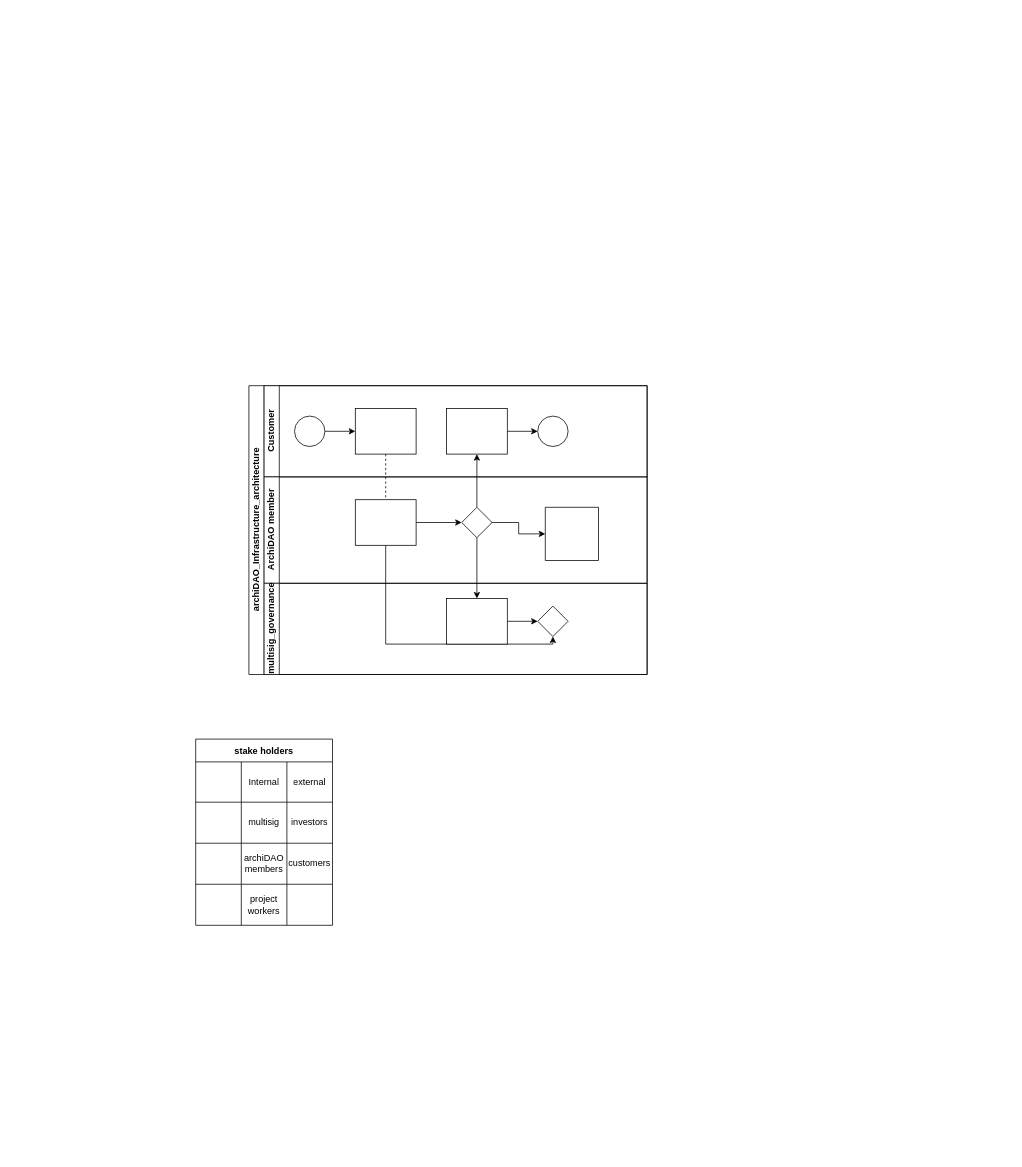
The draw.io diagram Flowchart/archiDAO_architecture.drawio in ArchiDAO/ArchiDAONFT, before the edit. Source tidied: cells renumbered, new cells numbered last; positions are measured from the earlier drawing's top-left corner, leaving out a move shared by most shapes. Both pictures are drawn from the tidied source at 76%, with x=0, y=0 at pixel (195, 385).
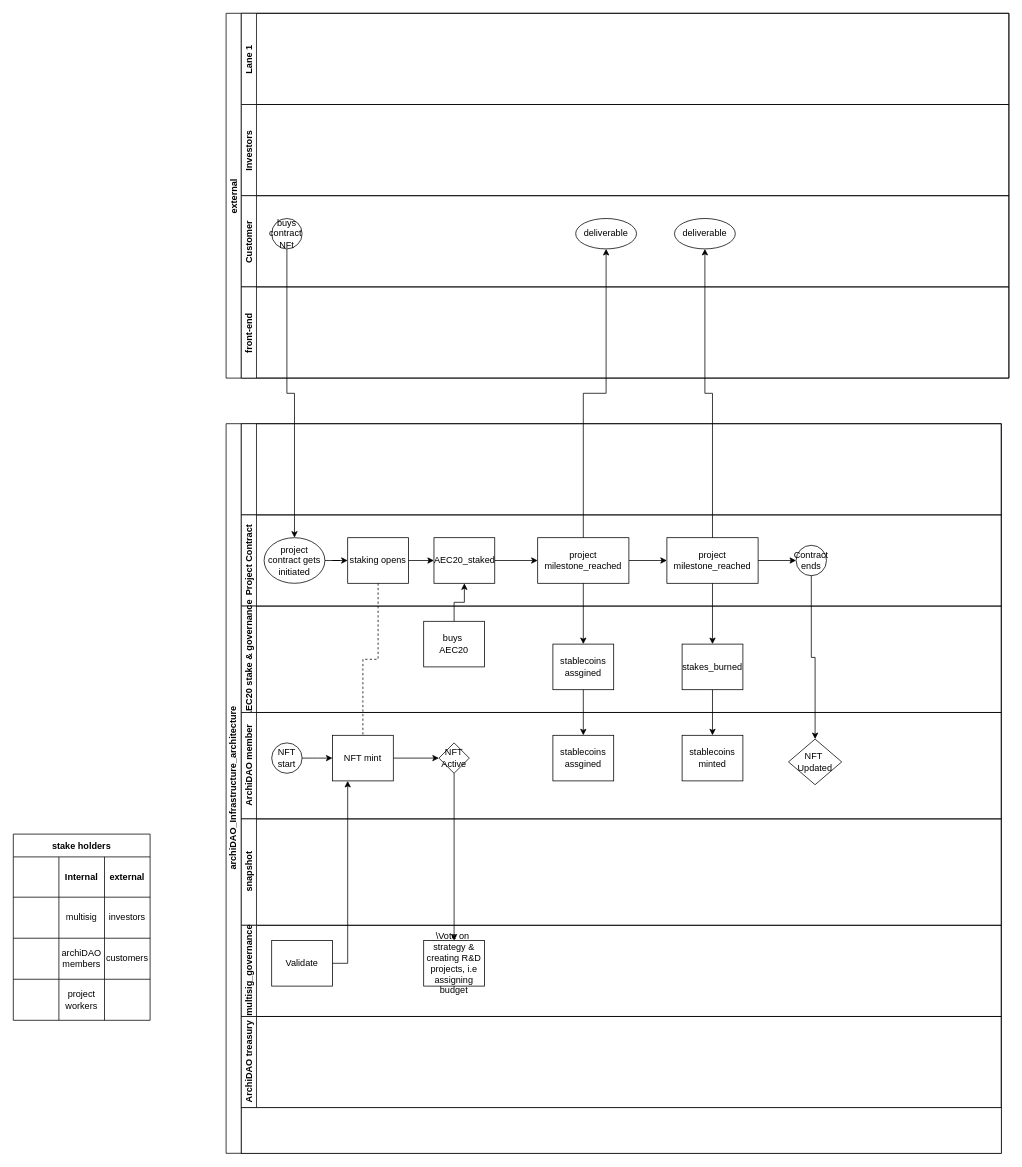
Above is the later version.

The change refers to these unchanged cells:
```xml
<mxCell id="25" style="shape=tableRow;horizontal=0;startSize=0;swimlaneHead=0;swimlaneBody=0;top=0;left=0;bottom=0;right=0;fillColor=none;" parent="24" vertex="1">
  <mxGeometry y="30" width="180" height="53" as="geometry" />
</mxCell>
```

What changed in the source:
```diff
@@
     <mxCell id="2" value="archiDAO_Infrastructure_architecture" style="swimlane;html=1;horizontal=0;startSize=20;" parent="1" vertex="1">
-      <mxGeometry x="70" width="524" height="380" as="geometry" />
+      <mxGeometry x="40" y="50" width="1020" height="960" as="geometry" />
     </mxCell>
@@
-    <mxCell id="4" style="edgeStyle=orthogonalEdgeStyle;rounded=0;jettySize=auto;html=1;endArrow=classic;endFill=1;" parent="2" edge="1" source="18" target="12">
-      <mxGeometry relative="1" as="geometry" />
-    </mxCell>
@@
-    <mxCell id="6" style="edgeStyle=orthogonalEdgeStyle;rounded=0;jettySize=auto;html=1;endArrow=classic;endFill=1;" parent="2" edge="1" source="16" target="23">
-      <mxGeometry relative="1" as="geometry">
-        <Array as="points">
-          <mxPoint x="180" y="340" />
-          <mxPoint x="400" y="340" />
-        </Array>
-      </mxGeometry>
-    </mxCell>
+    <mxCell id="41" style="swimlane;html=1;startSize=20;horizontal=0;" parent="2" vertex="1">
+      <mxGeometry x="20" width="1000" height="120" as="geometry" />
+    </mxCell>
-    <mxCell id="7" value="Customer" style="swimlane;html=1;startSize=20;horizontal=0;" parent="2" vertex="1">
-      <mxGeometry x="20" width="504" height="120" as="geometry" />
+    <mxCell id="7" value="Project Contract" style="swimlane;html=1;startSize=20;horizontal=0;" parent="2" vertex="1">
+      <mxGeometry x="20" y="120" width="1000" height="120" as="geometry" />
     </mxCell>
@@
-    <mxCell id="9" style="ellipse;whiteSpace=wrap;html=1;" parent="7" vertex="1">
-      <mxGeometry x="40" y="40" width="40" height="40" as="geometry" />
+    <mxCell id="9" value="project contract gets initiated" style="ellipse;whiteSpace=wrap;html=1;" parent="7" vertex="1">
+      <mxGeometry x="30" y="30" width="80" height="60" as="geometry" />
     </mxCell>
+    <mxCell id="42" style="edgeStyle=orthogonalEdgeStyle;rounded=0;jettySize=auto;html=1;exitX=1;exitY=0.5;exitDx=0;exitDy=0;entryX=0;entryY=0.5;entryDx=0;entryDy=0;" parent="7" edge="1" source="10" target="12">
+      <mxGeometry relative="1" as="geometry" />
+    </mxCell>
-    <mxCell id="10" style="rounded=0;whiteSpace=wrap;html=1;fontFamily=Helvetica;fontSize=12;fontColor=#000000;align=center;" parent="7" vertex="1">
-      <mxGeometry x="120" y="30" width="80" height="60" as="geometry" />
+    <mxCell id="10" value="staking opens" style="rounded=0;whiteSpace=wrap;html=1;fontFamily=Helvetica;fontSize=12;fontColor=#000000;align=center;" parent="7" vertex="1">
+      <mxGeometry x="140" y="30" width="80" height="60" as="geometry" />
     </mxCell>
+    <mxCell id="12" value="AEC20_staked" style="rounded=0;whiteSpace=wrap;html=1;fontFamily=Helvetica;fontSize=12;fontColor=#000000;align=center;" parent="7" vertex="1">
+      <mxGeometry x="253.5" y="30" width="80" height="60" as="geometry" />
+    </mxCell>
+    <mxCell id="43" style="edgeStyle=orthogonalEdgeStyle;rounded=0;jettySize=auto;html=1;exitX=1;exitY=0.5;exitDx=0;exitDy=0;entryX=0;entryY=0.5;entryDx=0;entryDy=0;" parent="7" edge="1" source="44" target="46">
+      <mxGeometry relative="1" as="geometry" />
+    </mxCell>
+    <mxCell id="44" value="project milestone_reached" style="rounded=0;whiteSpace=wrap;html=1;fontFamily=Helvetica;fontSize=12;fontColor=#000000;align=center;" parent="7" vertex="1">
+      <mxGeometry x="390" y="30" width="120" height="60" as="geometry" />
+    </mxCell>
-    <mxCell id="11" style="edgeStyle=orthogonalEdgeStyle;rounded=0;jettySize=auto;html=1;endArrow=classic;endFill=1;" parent="7" edge="1" source="12" target="13">
+    <mxCell id="11" style="edgeStyle=orthogonalEdgeStyle;rounded=0;jettySize=auto;html=1;endArrow=classic;endFill=1;entryX=0;entryY=0.5;entryDx=0;entryDy=0;" parent="7" edge="1" source="12" target="44">
       <mxGeometry relative="1" as="geometry" />
     </mxCell>
-    <mxCell id="12" style="rounded=0;whiteSpace=wrap;html=1;fontFamily=Helvetica;fontSize=12;fontColor=#000000;align=center;" parent="7" vertex="1">
-      <mxGeometry x="240" y="30" width="80" height="60" as="geometry" />
-    </mxCell>
-    <mxCell id="13" style="ellipse;whiteSpace=wrap;html=1;" parent="7" vertex="1">
-      <mxGeometry x="360" y="40" width="40" height="40" as="geometry" />
+    <mxCell id="13" value="Contract ends" style="ellipse;whiteSpace=wrap;html=1;" parent="7" vertex="1">
+      <mxGeometry x="730" y="40" width="40" height="40" as="geometry" />
     </mxCell>
+    <mxCell id="45" style="edgeStyle=orthogonalEdgeStyle;rounded=0;jettySize=auto;html=1;exitX=1;exitY=0.5;exitDx=0;exitDy=0;entryX=0;entryY=0.5;entryDx=0;entryDy=0;" parent="7" edge="1" source="46" target="13">
+      <mxGeometry relative="1" as="geometry" />
+    </mxCell>
+    <mxCell id="46" value="project milestone_reached" style="rounded=0;whiteSpace=wrap;html=1;fontFamily=Helvetica;fontSize=12;fontColor=#000000;align=center;" parent="7" vertex="1">
+      <mxGeometry x="560" y="30" width="120" height="60" as="geometry" />
+    </mxCell>
+    <mxCell id="47" value="AEC20 stake &amp;amp; governance" style="swimlane;html=1;startSize=20;horizontal=0;" parent="2" vertex="1">
+      <mxGeometry x="20" y="240" width="1000" height="140" as="geometry" />
+    </mxCell>
+    <mxCell id="48" value="buys&amp;nbsp;&lt;br&gt;AEC20" style="rounded=0;whiteSpace=wrap;html=1;fontFamily=Helvetica;fontSize=12;fontColor=#000000;align=center;" parent="47" vertex="1">
+      <mxGeometry x="240" y="20" width="80" height="60" as="geometry" />
+    </mxCell>
+    <mxCell id="49" value="stablecoins assgined" style="rounded=0;whiteSpace=wrap;html=1;fontFamily=Helvetica;fontSize=12;fontColor=#000000;align=center;" parent="47" vertex="1">
+      <mxGeometry x="410" y="50" width="80" height="60" as="geometry" />
+    </mxCell>
+    <mxCell id="50" value="stakes_burned" style="rounded=0;whiteSpace=wrap;html=1;fontFamily=Helvetica;fontSize=12;fontColor=#000000;align=center;" parent="47" vertex="1">
+      <mxGeometry x="580" y="50" width="80" height="60" as="geometry" />
+    </mxCell>
     <mxCell id="14" value="ArchiDAO member" style="swimlane;html=1;startSize=20;horizontal=0;" parent="2" vertex="1">
-      <mxGeometry x="20" y="120" width="504" height="140" as="geometry" />
+      <mxGeometry x="20" y="380" width="1000" height="140" as="geometry" />
     </mxCell>
@@
-    <mxCell id="16" style="rounded=0;whiteSpace=wrap;html=1;fontFamily=Helvetica;fontSize=12;fontColor=#000000;align=center;" parent="14" vertex="1">
+    <mxCell id="16" value="NFT mint" style="rounded=0;whiteSpace=wrap;html=1;fontFamily=Helvetica;fontSize=12;fontColor=#000000;align=center;" parent="14" vertex="1">
       <mxGeometry x="120" y="30" width="80" height="60" as="geometry" />
     </mxCell>
-    <mxCell id="17" style="edgeStyle=orthogonalEdgeStyle;rounded=0;jettySize=auto;html=1;exitX=1;exitY=0.5;exitDx=0;exitDy=0;entryX=0;entryY=0.5;entryDx=0;entryDy=0;" parent="14" edge="1" source="18" target="19">
-      <mxGeometry relative="1" as="geometry" />
-    </mxCell>
-    <mxCell id="18" style="rhombus;whiteSpace=wrap;html=1;fontFamily=Helvetica;fontSize=12;fontColor=#000000;align=center;" parent="14" vertex="1">
+    <mxCell id="18" value="NFT Active" style="rhombus;whiteSpace=wrap;html=1;fontFamily=Helvetica;fontSize=12;fontColor=#000000;align=center;" parent="14" vertex="1">
       <mxGeometry x="260" y="40" width="40" height="40" as="geometry" />
     </mxCell>
-    <mxCell id="19" style="swimlane;startSize=0;" parent="14" vertex="1">
-      <mxGeometry x="370" y="40" width="70" height="70" as="geometry" />
-    </mxCell>
+    <mxCell id="51" style="edgeStyle=orthogonalEdgeStyle;rounded=0;jettySize=auto;html=1;" parent="14" edge="1" source="52">
+      <mxGeometry relative="1" as="geometry">
+        <mxPoint x="120" y="60" as="targetPoint" />
+      </mxGeometry>
+    </mxCell>
+    <mxCell id="52" value="NFT start" style="ellipse;whiteSpace=wrap;html=1;" parent="14" vertex="1">
+      <mxGeometry x="40" y="40" width="40" height="40" as="geometry" />
+    </mxCell>
+    <mxCell id="53" value="stablecoins assgined" style="rounded=0;whiteSpace=wrap;html=1;fontFamily=Helvetica;fontSize=12;fontColor=#000000;align=center;" parent="14" vertex="1">
+      <mxGeometry x="410" y="30" width="80" height="60" as="geometry" />
+    </mxCell>
+    <mxCell id="54" value="stablecoins minted" style="rounded=0;whiteSpace=wrap;html=1;fontFamily=Helvetica;fontSize=12;fontColor=#000000;align=center;" parent="14" vertex="1">
+      <mxGeometry x="580" y="30" width="80" height="60" as="geometry" />
+    </mxCell>
+    <mxCell id="55" value="NFT&amp;nbsp;&lt;br&gt;Updated" style="rhombus;whiteSpace=wrap;html=1;fontFamily=Helvetica;fontSize=12;fontColor=#000000;align=center;" parent="14" vertex="1">
+      <mxGeometry x="720" y="35" width="70" height="60" as="geometry" />
+    </mxCell>
+    <mxCell id="56" value="snapshot" style="swimlane;html=1;startSize=20;horizontal=0;" parent="2" vertex="1">
+      <mxGeometry x="20" y="520" width="1000" height="140" as="geometry" />
+    </mxCell>
     <mxCell id="20" value="multisig_governance" style="swimlane;html=1;startSize=20;horizontal=0;" parent="2" vertex="1">
-      <mxGeometry x="20" y="260" width="504" height="120" as="geometry" />
+      <mxGeometry x="20" y="660" width="1000" height="120" as="geometry" />
     </mxCell>
-    <mxCell id="21" style="edgeStyle=orthogonalEdgeStyle;rounded=0;jettySize=auto;html=1;endArrow=classic;endFill=1;" parent="20" edge="1" source="22" target="23">
-      <mxGeometry relative="1" as="geometry" />
-    </mxCell>
-    <mxCell id="22" style="rounded=0;whiteSpace=wrap;html=1;fontFamily=Helvetica;fontSize=12;fontColor=#000000;align=center;" parent="20" vertex="1">
+    <mxCell id="22" value="\Vote on&amp;nbsp;&lt;br&gt;strategy &amp;amp; creating R&amp;amp;D projects, i.e assigning budget" style="rounded=0;whiteSpace=wrap;html=1;fontFamily=Helvetica;fontSize=12;fontColor=#000000;align=center;" parent="20" vertex="1">
       <mxGeometry x="240" y="20" width="80" height="60" as="geometry" />
     </mxCell>
-    <mxCell id="23" style="rhombus;whiteSpace=wrap;html=1;fontFamily=Helvetica;fontSize=12;fontColor=#000000;align=center;" parent="20" vertex="1">
-      <mxGeometry x="360" y="30" width="40" height="40" as="geometry" />
-    </mxCell>
+    <mxCell id="57" value="Validate" style="rounded=0;whiteSpace=wrap;html=1;fontFamily=Helvetica;fontSize=12;fontColor=#000000;align=center;" parent="20" vertex="1">
+      <mxGeometry x="40" y="20" width="80" height="60" as="geometry" />
+    </mxCell>
+    <mxCell id="58" value="ArchiDAO treasury" style="swimlane;html=1;startSize=20;horizontal=0;" parent="2" vertex="1">
+      <mxGeometry x="20" y="780" width="1000" height="120" as="geometry" />
+    </mxCell>
+    <mxCell id="59" style="edgeStyle=orthogonalEdgeStyle;rounded=0;jettySize=auto;html=1;exitX=1;exitY=0.5;exitDx=0;exitDy=0;entryX=0.25;entryY=1;entryDx=0;entryDy=0;" parent="2" edge="1" source="57" target="16">
+      <mxGeometry relative="1" as="geometry" />
+    </mxCell>
+    <mxCell id="60" style="rounded=0;whiteSpace=wrap;html=1;fontFamily=Helvetica;fontSize=12;fontColor=#000000;align=center;" parent="2" vertex="1">
+      <mxGeometry x="20" y="900" width="1000" height="60" as="geometry" />
+    </mxCell>
+    <mxCell id="61" style="edgeStyle=orthogonalEdgeStyle;rounded=0;jettySize=auto;html=1;exitX=0.5;exitY=0;exitDx=0;exitDy=0;entryX=0.5;entryY=1;entryDx=0;entryDy=0;" parent="2" edge="1" source="48" target="12">
+      <mxGeometry relative="1" as="geometry" />
+    </mxCell>
+    <mxCell id="62" style="edgeStyle=orthogonalEdgeStyle;rounded=0;jettySize=auto;html=1;exitX=0.5;exitY=1;exitDx=0;exitDy=0;entryX=0.5;entryY=0;entryDx=0;entryDy=0;" parent="2" edge="1" source="44" target="49">
+      <mxGeometry relative="1" as="geometry" />
+    </mxCell>
+    <mxCell id="63" style="edgeStyle=orthogonalEdgeStyle;rounded=0;jettySize=auto;html=1;exitX=0.5;exitY=1;exitDx=0;exitDy=0;" parent="2" edge="1" source="49" target="53">
+      <mxGeometry relative="1" as="geometry" />
+    </mxCell>
+    <mxCell id="64" style="edgeStyle=orthogonalEdgeStyle;rounded=0;jettySize=auto;html=1;exitX=0.5;exitY=1;exitDx=0;exitDy=0;" parent="2" edge="1" source="46" target="50">
+      <mxGeometry relative="1" as="geometry" />
+    </mxCell>
+    <mxCell id="65" style="edgeStyle=orthogonalEdgeStyle;rounded=0;jettySize=auto;html=1;exitX=0.5;exitY=1;exitDx=0;exitDy=0;entryX=0.5;entryY=0;entryDx=0;entryDy=0;" parent="2" edge="1" source="50" target="54">
+      <mxGeometry relative="1" as="geometry" />
+    </mxCell>
+    <mxCell id="66" style="edgeStyle=orthogonalEdgeStyle;rounded=0;jettySize=auto;html=1;exitX=0.5;exitY=1;exitDx=0;exitDy=0;entryX=0.5;entryY=0;entryDx=0;entryDy=0;" parent="2" edge="1" source="13" target="55">
+      <mxGeometry relative="1" as="geometry" />
+    </mxCell>
     <mxCell id="24" value="stake holders" style="shape=table;startSize=30;childLayout=tableLayout;fontStyle=1;align=center;strokeWidth=1;" parent="1" vertex="1">
-      <mxGeometry y="465" width="180" height="245" as="geometry" />
+      <mxGeometry x="-240" y="590" width="180" height="245" as="geometry" />
     </mxCell>
@@
-    <mxCell id="27" value="Internal" style="shape=partialRectangle;html=1;whiteSpace=wrap;fillColor=none;top=0;left=0;bottom=0;right=0;overflow=hidden;" parent="25" vertex="1">
+    <mxCell id="27" value="&lt;b&gt;Internal&lt;/b&gt;" style="shape=partialRectangle;html=1;whiteSpace=wrap;fillColor=none;top=0;left=0;bottom=0;right=0;overflow=hidden;" parent="25" vertex="1">
       <mxGeometry x="60" width="60" height="53" as="geometry" />
     </mxCell>
-    <mxCell id="28" value="external" style="shape=partialRectangle;html=1;whiteSpace=wrap;fillColor=none;top=0;left=0;bottom=0;right=0;overflow=hidden;" parent="25" vertex="1">
+    <mxCell id="28" value="&lt;b&gt;external&lt;/b&gt;" style="shape=partialRectangle;html=1;whiteSpace=wrap;fillColor=none;top=0;left=0;bottom=0;right=0;overflow=hidden;" parent="25" vertex="1">
       <mxGeometry x="120" width="60" height="53" as="geometry" />
     </mxCell>
@@
+    <mxCell id="67" value="external" style="swimlane;horizontal=0;startSize=20;strokeWidth=1;" parent="1" vertex="1">
+      <mxGeometry x="40" y="-490" width="1030" height="480" as="geometry" />
+    </mxCell>
+    <mxCell id="68" value="Lane 1" style="swimlane;startSize=20;horizontal=0;strokeWidth=1;" parent="67" vertex="1">
+      <mxGeometry x="20" width="1010" height="120" as="geometry" />
+    </mxCell>
+    <mxCell id="69" value="Investors" style="swimlane;startSize=20;horizontal=0;strokeWidth=1;" parent="67" vertex="1">
+      <mxGeometry x="20" y="120" width="1010" height="120" as="geometry" />
+    </mxCell>
+    <mxCell id="70" value="Customer" style="swimlane;startSize=20;horizontal=0;strokeWidth=1;" parent="67" vertex="1">
+      <mxGeometry x="20" y="240" width="1010" height="120" as="geometry" />
+    </mxCell>
+    <mxCell id="71" value="buys&lt;br&gt;contract&amp;nbsp;&lt;br&gt;NFt" style="ellipse;whiteSpace=wrap;html=1;" parent="70" vertex="1">
+      <mxGeometry x="40" y="30" width="40" height="40" as="geometry" />
+    </mxCell>
+    <mxCell id="72" value="deliverable" style="ellipse;whiteSpace=wrap;html=1;" parent="70" vertex="1">
+      <mxGeometry x="570" y="30" width="80" height="40" as="geometry" />
+    </mxCell>
+    <mxCell id="73" value="deliverable" style="ellipse;whiteSpace=wrap;html=1;" parent="70" vertex="1">
+      <mxGeometry x="440" y="30" width="80" height="40" as="geometry" />
+    </mxCell>
+    <mxCell id="74" value="front-end" style="swimlane;startSize=20;horizontal=0;strokeWidth=1;" parent="67" vertex="1">
+      <mxGeometry x="20" y="360" width="1010" height="120" as="geometry" />
+    </mxCell>
+    <mxCell id="75" style="edgeStyle=orthogonalEdgeStyle;rounded=0;jettySize=auto;html=1;exitX=0.5;exitY=1;exitDx=0;exitDy=0;entryX=0.5;entryY=0;entryDx=0;entryDy=0;" parent="1" edge="1" source="71" target="9">
+      <mxGeometry relative="1" as="geometry" />
+    </mxCell>
+    <mxCell id="76" style="edgeStyle=orthogonalEdgeStyle;rounded=0;jettySize=auto;html=1;exitX=0.5;exitY=0;exitDx=0;exitDy=0;entryX=0.5;entryY=1;entryDx=0;entryDy=0;" parent="1" edge="1" source="44" target="73">
+      <mxGeometry relative="1" as="geometry" />
+    </mxCell>
+    <mxCell id="77" style="edgeStyle=orthogonalEdgeStyle;rounded=0;jettySize=auto;html=1;exitX=0.5;exitY=0;exitDx=0;exitDy=0;entryX=0.5;entryY=1;entryDx=0;entryDy=0;" parent="1" edge="1" source="46" target="72">
+      <mxGeometry relative="1" as="geometry" />
+    </mxCell>
```
